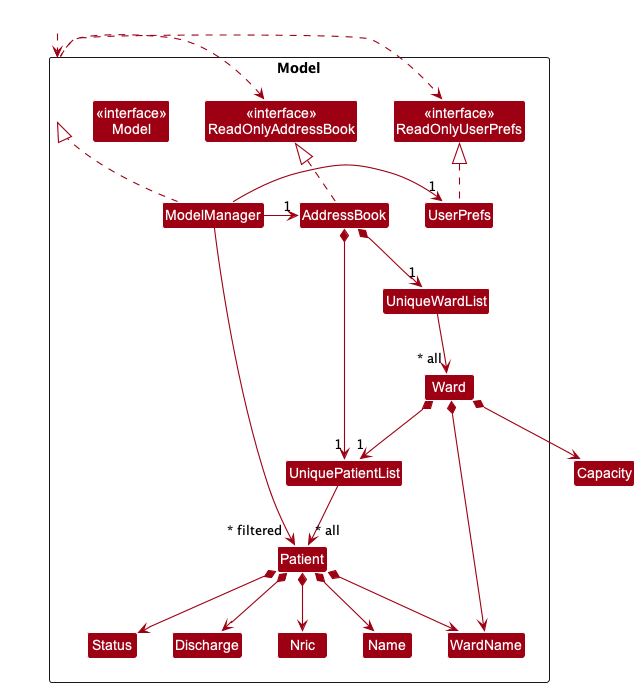
Above: docs/images/ModelClassDiagram.png in nus-cs2103-AY2223S2/tp (PlantUML), before the change.
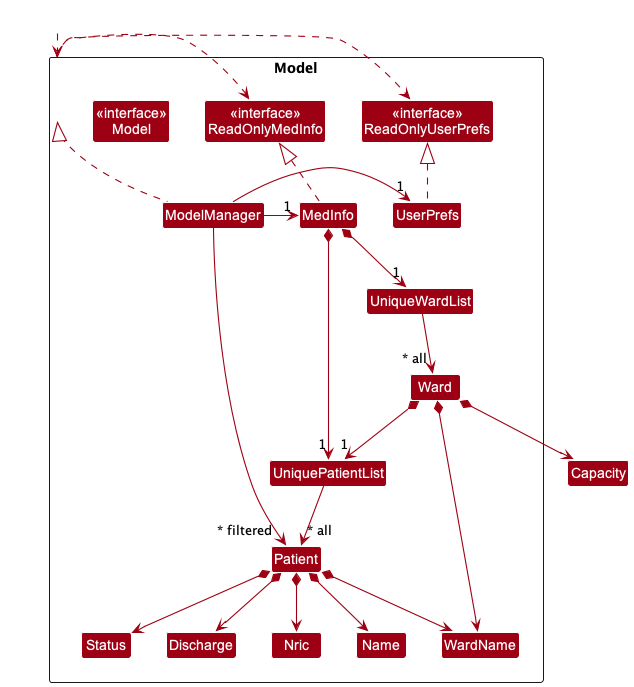
After the change.

Change to the diagram source:
```diff
@@ -5,10 +5,10 @@
 skinparam classBackgroundColor MODEL_COLOR
 
 Package Model <<Rectangle>>{
-Class "<<interface>>\nReadOnlyAddressBook" as ReadOnlyAddressBook
+Class "<<interface>>\nReadOnlyMedInfo" as ReadOnlyMedInfo
 Class "<<interface>>\nReadOnlyUserPrefs" as ReadOnlyUserPrefs
 Class "<<interface>>\nModel" as Model
-Class AddressBook
+Class MedInfo
 Class ModelManager
 Class UserPrefs
 
@@ -27,17 +27,17 @@
 Class HiddenOutside #FFFFFF
 HiddenOutside ..> Model
 
-AddressBook .up.|> ReadOnlyAddressBook
+MedInfo .up.|> ReadOnlyMedInfo
 
 ModelManager .up.|> Model
 Model .right.> ReadOnlyUserPrefs
-Model .left.> ReadOnlyAddressBook
-ModelManager -left-> "1" AddressBook
+Model .left.> ReadOnlyMedInfo
+ModelManager -left-> "1" MedInfo
 ModelManager -right-> "1" UserPrefs
 UserPrefs .up.|> ReadOnlyUserPrefs
 
-AddressBook *--> "1" UniquePatientList
-AddressBook *--> "1" UniqueWardList
+MedInfo *--> "1" UniquePatientList
+MedInfo *--> "1" UniqueWardList
 UniquePatientList --> "~* all" Patient
 UniqueWardList --> "~* all" Ward
 Patient *--> Name
```
